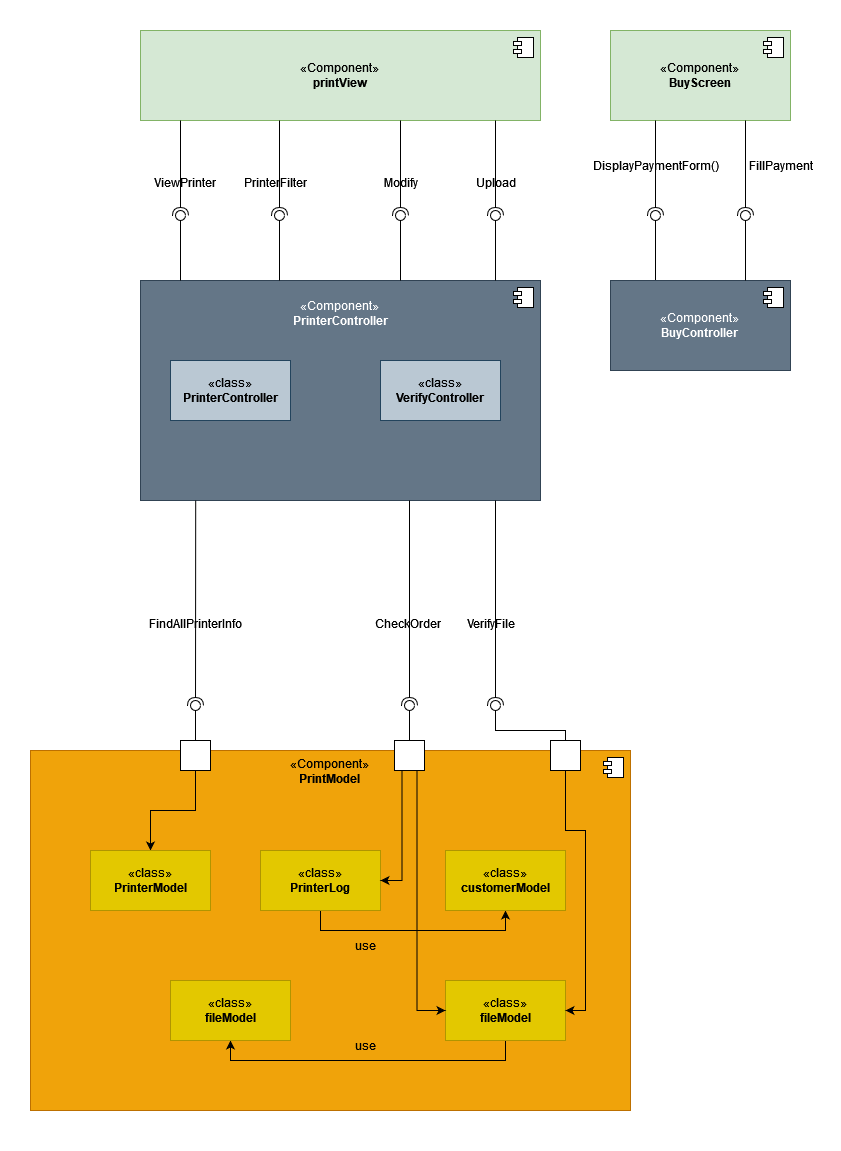
The draw.io diagram Document/2. Task/3. Architecture Design/[module 2] Component.png in Frankie2030/HCMUT-SSPS-241, before a commit. Source tidied: cells renumbered, new cells last; positions are measured from the earlier drawing's top-left corner, leaving out a move shared by most shapes.
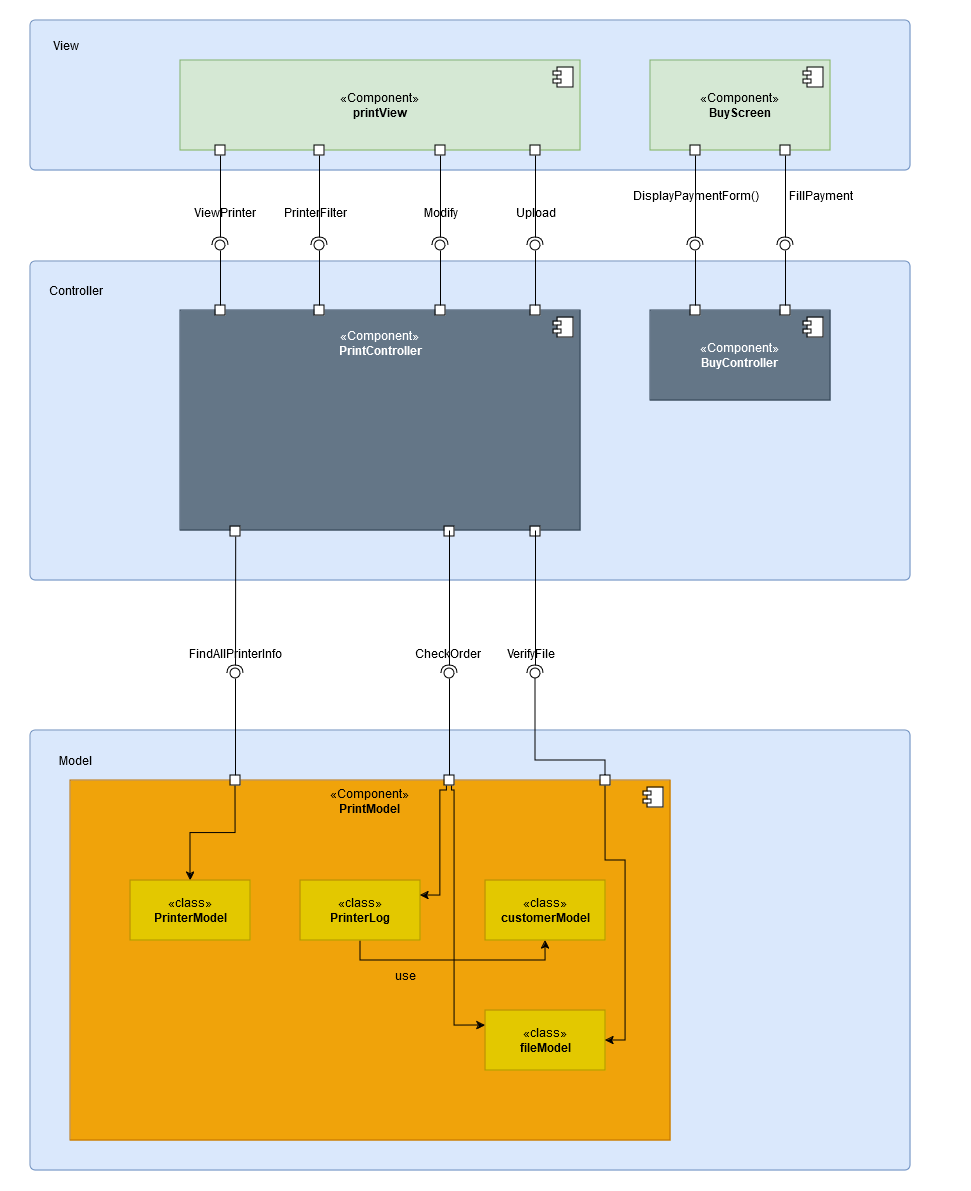
Later version of the same file.

Change to the diagram source:
```diff
@@ -3,8 +3,17 @@
     <mxCell id="0" />
     <mxCell id="1" parent="0" />
     <mxCell id="2" style="rounded=0;whiteSpace=wrap;html=1;strokeColor=#FFFFFF;" parent="1" vertex="1">
-      <mxGeometry width="840" height="1150" as="geometry" />
+      <mxGeometry x="-40" y="-30" width="970" height="1190" as="geometry" />
     </mxCell>
+    <mxCell id="69" style="html=1;align=center;verticalAlign=top;rounded=1;absoluteArcSize=1;arcSize=10;dashed=0;whiteSpace=wrap;fillColor=#dae8fc;strokeColor=#6c8ebf;" parent="1" vertex="1">
+      <mxGeometry x="-10" y="700" width="880" height="440" as="geometry" />
+    </mxCell>
+    <mxCell id="70" style="html=1;align=center;verticalAlign=top;rounded=1;absoluteArcSize=1;arcSize=10;dashed=0;whiteSpace=wrap;fillColor=#dae8fc;strokeColor=#6c8ebf;" parent="1" vertex="1">
+      <mxGeometry x="-10" y="231" width="880" height="319" as="geometry" />
+    </mxCell>
+    <mxCell id="71" style="html=1;align=center;verticalAlign=top;rounded=1;absoluteArcSize=1;arcSize=10;dashed=0;whiteSpace=wrap;fillColor=#dae8fc;strokeColor=#6c8ebf;" parent="1" vertex="1">
+      <mxGeometry x="-10" y="-10" width="880" height="150" as="geometry" />
+    </mxCell>
     <mxCell id="3" style="rounded=0;jettySize=auto;html=1;endArrow=oval;endFill=0;sketch=0;sourcePerimeterSpacing=0;targetPerimeterSpacing=0;endSize=10;exitX=0.25;exitY=0;exitDx=0;exitDy=0;" parent="1" edge="1" source="13" target="4">
       <mxGeometry relative="1" as="geometry" />
     </mxCell>
@@ -19,7 +28,7 @@
         <mxPoint x="-27" y="7" as="offset" />
       </mxGeometry>
     </mxCell>
-    <mxCell id="7" value="&lt;p align=&quot;center&quot; style=&quot;line-height: 120%;&quot;&gt;«Component»&lt;br&gt;&lt;b&gt;PrinterController&lt;/b&gt;&lt;/p&gt;&lt;div align=&quot;center&quot;&gt;&lt;br&gt;&lt;/div&gt;" style="html=1;whiteSpace=wrap;align=center;verticalAlign=top;fillColor=#647687;fontColor=#ffffff;strokeColor=#314354;" parent="1" vertex="1">
+    <mxCell id="7" value="&lt;p align=&quot;center&quot; style=&quot;line-height: 120%;&quot;&gt;«Component»&lt;br&gt;&lt;b&gt;PrintController&lt;/b&gt;&lt;/p&gt;&lt;div align=&quot;center&quot;&gt;&lt;br&gt;&lt;/div&gt;" style="html=1;whiteSpace=wrap;align=center;verticalAlign=top;fillColor=#647687;fontColor=#ffffff;strokeColor=#314354;" parent="1" vertex="1">
       <mxGeometry x="140" y="280" width="400" height="220" as="geometry" />
     </mxCell>
     <mxCell id="8" style="shape=module;jettyWidth=8;jettyHeight=4;" parent="7" vertex="1">
@@ -27,12 +36,6 @@
         <mxPoint x="-27" y="7" as="offset" />
       </mxGeometry>
     </mxCell>
-    <mxCell id="9" value="«class»&lt;br&gt;&lt;b&gt;PrinterController&lt;/b&gt;" style="html=1;whiteSpace=wrap;fillColor=#bac8d3;strokeColor=#23445d;" parent="1" vertex="1">
-      <mxGeometry x="170" y="360" width="120" height="60" as="geometry" />
-    </mxCell>
-    <mxCell id="10" value="«class»&lt;br&gt;&lt;b&gt;VerifyController&lt;/b&gt;" style="html=1;whiteSpace=wrap;fillColor=#bac8d3;strokeColor=#23445d;" parent="1" vertex="1">
-      <mxGeometry x="380" y="360" width="120" height="60" as="geometry" />
-    </mxCell>
     <mxCell id="11" value="«Component»&lt;br&gt;&lt;b&gt;BuyScreen&lt;/b&gt;" style="html=1;whiteSpace=wrap;fillColor=#d5e8d4;strokeColor=#82b366;" parent="1" vertex="1">
       <mxGeometry x="610" y="30" width="180" height="90" as="geometry" />
     </mxCell>
@@ -153,47 +156,26 @@
         <mxPoint x="-27" y="7" as="offset" />
       </mxGeometry>
     </mxCell>
-    <mxCell id="43" style="edgeStyle=orthogonalEdgeStyle;rounded=0;jettySize=auto;html=1;entryX=0.5;entryY=0;entryDx=0;entryDy=0;" parent="1" edge="1" source="44" target="57">
+    <mxCell id="43" style="edgeStyle=orthogonalEdgeStyle;rounded=0;jettySize=auto;html=1;entryX=0.5;entryY=0;entryDx=0;entryDy=0;exitX=0.5;exitY=1;exitDx=0;exitDy=0;" parent="1" edge="1" source="75" target="57">
       <mxGeometry relative="1" as="geometry" />
     </mxCell>
-    <mxCell id="44" style="html=1;rounded=0;" parent="1" vertex="1">
-      <mxGeometry x="180" y="740" width="30" height="30" as="geometry" />
-    </mxCell>
     <mxCell id="45" style="rounded=0;jettySize=auto;html=1;endArrow=halfCircle;endFill=0;endSize=6;strokeWidth=1;sketch=0;exitX=0.138;exitY=1;exitDx=0;exitDy=0;exitPerimeter=0;" parent="1" edge="1" source="7" target="47">
       <mxGeometry relative="1" as="geometry" />
     </mxCell>
-    <mxCell id="46" style="rounded=0;jettySize=auto;html=1;endArrow=oval;endFill=0;sketch=0;sourcePerimeterSpacing=0;targetPerimeterSpacing=0;endSize=10;exitX=0.5;exitY=0;exitDx=0;exitDy=0;" parent="1" edge="1" source="44" target="47">
+    <mxCell id="46" style="rounded=0;jettySize=auto;html=1;endArrow=oval;endFill=0;sketch=0;sourcePerimeterSpacing=0;targetPerimeterSpacing=0;endSize=10;exitX=0.5;exitY=0;exitDx=0;exitDy=0;" parent="1" edge="1" source="75" target="47">
       <mxGeometry relative="1" as="geometry" />
     </mxCell>
     <mxCell id="47" style="ellipse;whiteSpace=wrap;html=1;align=center;fillColor=none;strokeColor=none;perimeter=centerPerimeter;points=[];outlineConnect=1;" parent="1" vertex="1">
-      <mxGeometry x="190" y="700" width="10" height="10" as="geometry" />
+      <mxGeometry x="190" y="638" width="10" height="10" as="geometry" />
     </mxCell>
-    <mxCell id="48" style="html=1;rounded=0;" parent="1" vertex="1">
-      <mxGeometry x="394" y="740" width="30" height="30" as="geometry" />
-    </mxCell>
-    <mxCell id="49" style="rounded=0;orthogonalLoop=1;jettySize=auto;html=1;endArrow=halfCircle;endFill=0;endSize=6;strokeWidth=1;sketch=0;exitX=0.138;exitY=1;exitDx=0;exitDy=0;exitPerimeter=0;" parent="1" edge="1">
-      <mxGeometry relative="1" as="geometry">
-        <mxPoint x="409" y="500" as="sourcePoint" />
-        <mxPoint x="409" y="705" as="targetPoint" />
-      </mxGeometry>
-    </mxCell>
-    <mxCell id="50" style="rounded=0;jettySize=auto;html=1;endArrow=oval;endFill=0;sketch=0;sourcePerimeterSpacing=0;targetPerimeterSpacing=0;endSize=10;exitX=0.5;exitY=0;exitDx=0;exitDy=0;" parent="1" edge="1" source="48">
+    <mxCell id="50" style="rounded=0;jettySize=auto;html=1;endArrow=oval;endFill=0;sketch=0;sourcePerimeterSpacing=0;targetPerimeterSpacing=0;endSize=10;exitX=0.5;exitY=0;exitDx=0;exitDy=0;entryX=0.638;entryY=0.392;entryDx=0;entryDy=0;entryPerimeter=0;" parent="1" edge="1" target="96">
       <mxGeometry relative="1" as="geometry">
-        <mxPoint x="409" y="705" as="targetPoint" />
+        <mxPoint x="409" y="745" as="sourcePoint" />
       </mxGeometry>
     </mxCell>
-    <mxCell id="51" style="html=1;rounded=0;" parent="1" vertex="1">
-      <mxGeometry x="550" y="740" width="30" height="30" as="geometry" />
-    </mxCell>
-    <mxCell id="52" style="rounded=0;orthogonalLoop=1;jettySize=auto;html=1;endArrow=halfCircle;endFill=0;endSize=6;strokeWidth=1;sketch=0;exitX=0.138;exitY=1;exitDx=0;exitDy=0;exitPerimeter=0;" parent="1" edge="1">
-      <mxGeometry relative="1" as="geometry">
-        <mxPoint x="495" y="500" as="sourcePoint" />
-        <mxPoint x="495" y="705" as="targetPoint" />
-      </mxGeometry>
-    </mxCell>
-    <mxCell id="53" style="rounded=0;jettySize=auto;html=1;endArrow=oval;endFill=0;sketch=0;sourcePerimeterSpacing=0;targetPerimeterSpacing=0;endSize=10;exitX=0.5;exitY=0;exitDx=0;exitDy=0;" parent="1" edge="1" source="51">
+    <mxCell id="53" style="rounded=0;jettySize=auto;html=1;endArrow=oval;endFill=0;sketch=0;sourcePerimeterSpacing=0;targetPerimeterSpacing=0;endSize=10;exitX=0.5;exitY=0;exitDx=0;exitDy=0;entryX=0.449;entryY=0.751;entryDx=0;entryDy=0;entryPerimeter=0;" parent="1" edge="1" target="98">
       <mxGeometry relative="1" as="geometry">
-        <mxPoint x="495" y="705" as="targetPoint" />
+        <mxPoint x="565" y="745" as="sourcePoint" />
         <Array as="points">
           <mxPoint x="565" y="730" />
           <mxPoint x="495" y="730" />
@@ -223,27 +205,13 @@
     <mxCell id="59" value="«class»&lt;br&gt;&lt;b&gt;PrinterLog&lt;/b&gt;" style="html=1;whiteSpace=wrap;fillColor=#e3c800;fontColor=#000000;strokeColor=#B09500;" parent="1" vertex="1">
       <mxGeometry x="260" y="850" width="120" height="60" as="geometry" />
     </mxCell>
-    <mxCell id="60" style="edgeStyle=orthogonalEdgeStyle;rounded=0;jettySize=auto;html=1;entryX=1;entryY=0.5;entryDx=0;entryDy=0;exitX=0.25;exitY=1;exitDx=0;exitDy=0;" parent="1" edge="1" source="48" target="59">
-      <mxGeometry relative="1" as="geometry" />
-    </mxCell>
     <mxCell id="61" value="«class»&lt;br&gt;&lt;b&gt;customerModel&lt;/b&gt;" style="html=1;whiteSpace=wrap;fillColor=#e3c800;fontColor=#000000;strokeColor=#B09500;" parent="1" vertex="1">
       <mxGeometry x="445" y="850" width="120" height="60" as="geometry" />
     </mxCell>
-    <mxCell id="62" style="edgeStyle=orthogonalEdgeStyle;rounded=0;jettySize=auto;html=1;entryX=0.5;entryY=1;entryDx=0;entryDy=0;" parent="1" edge="1" source="63" target="66">
-      <mxGeometry relative="1" as="geometry">
-        <Array as="points">
-          <mxPoint x="505" y="1060" />
-          <mxPoint x="230" y="1060" />
-        </Array>
-      </mxGeometry>
-    </mxCell>
     <mxCell id="63" value="«class»&lt;br&gt;&lt;b&gt;fileModel&lt;/b&gt;" style="html=1;whiteSpace=wrap;fillColor=#e3c800;fontColor=#000000;strokeColor=#B09500;" parent="1" vertex="1">
       <mxGeometry x="445" y="980" width="120" height="60" as="geometry" />
     </mxCell>
-    <mxCell id="64" style="edgeStyle=orthogonalEdgeStyle;rounded=0;jettySize=auto;html=1;entryX=0;entryY=0.5;entryDx=0;entryDy=0;exitX=0.75;exitY=1;exitDx=0;exitDy=0;" parent="1" edge="1" source="48" target="63">
-      <mxGeometry relative="1" as="geometry" />
-    </mxCell>
-    <mxCell id="65" style="edgeStyle=orthogonalEdgeStyle;rounded=0;jettySize=auto;html=1;entryX=1;entryY=0.5;entryDx=0;entryDy=0;exitX=0.5;exitY=1;exitDx=0;exitDy=0;" parent="1" edge="1" source="51" target="63">
+    <mxCell id="65" style="edgeStyle=orthogonalEdgeStyle;rounded=0;jettySize=auto;html=1;entryX=1;entryY=0.5;entryDx=0;entryDy=0;exitX=0.5;exitY=1;exitDx=0;exitDy=0;" parent="1" edge="1" source="74" target="63">
       <mxGeometry relative="1" as="geometry">
         <Array as="points">
           <mxPoint x="565" y="830" />
@@ -252,14 +220,105 @@
         </Array>
       </mxGeometry>
     </mxCell>
-    <mxCell id="66" value="«class»&lt;br&gt;&lt;b&gt;fileModel&lt;/b&gt;" style="html=1;whiteSpace=wrap;fillColor=#e3c800;fontColor=#000000;strokeColor=#B09500;" parent="1" vertex="1">
-      <mxGeometry x="170" y="980" width="120" height="60" as="geometry" />
-    </mxCell>
     <mxCell id="67" value="use" style="text;html=1;align=center;verticalAlign=middle;strokeColor=none;fillColor=none;" parent="1" vertex="1">
       <mxGeometry x="345" y="930" width="40" height="30" as="geometry" />
     </mxCell>
-    <mxCell id="68" value="use" style="text;html=1;align=center;verticalAlign=middle;strokeColor=none;fillColor=none;" parent="1" vertex="1">
-      <mxGeometry x="345" y="1030" width="40" height="30" as="geometry" />
-    </mxCell>
+    <mxCell id="72" style="edgeStyle=orthogonalEdgeStyle;rounded=0;jettySize=auto;html=1;entryX=0;entryY=0.25;entryDx=0;entryDy=0;exitX=0.75;exitY=1;exitDx=0;exitDy=0;" parent="1" edge="1" source="76" target="63">
+      <mxGeometry relative="1" as="geometry">
+        <Array as="points">
+          <mxPoint x="411" y="760" />
+          <mxPoint x="414" y="760" />
+          <mxPoint x="414" y="995" />
+        </Array>
+      </mxGeometry>
+    </mxCell>
+    <mxCell id="73" style="edgeStyle=orthogonalEdgeStyle;rounded=0;jettySize=auto;html=1;entryX=1;entryY=0.25;entryDx=0;entryDy=0;exitX=0.25;exitY=1;exitDx=0;exitDy=0;" parent="1" edge="1" source="76" target="59">
+      <mxGeometry relative="1" as="geometry">
+        <Array as="points">
+          <mxPoint x="407" y="760" />
+          <mxPoint x="400" y="760" />
+          <mxPoint x="400" y="865" />
+        </Array>
+      </mxGeometry>
+    </mxCell>
+    <mxCell id="74" style="html=1;rounded=0;" parent="1" vertex="1">
+      <mxGeometry x="560" y="745" width="10" height="10" as="geometry" />
+    </mxCell>
+    <mxCell id="75" style="html=1;rounded=0;" parent="1" vertex="1">
+      <mxGeometry x="190" y="745" width="10" height="10" as="geometry" />
+    </mxCell>
+    <mxCell id="76" style="html=1;rounded=0;" parent="1" vertex="1">
+      <mxGeometry x="404" y="745" width="10" height="10" as="geometry" />
+    </mxCell>
+    <mxCell id="77" style="fontStyle=0;labelPosition=right;verticalLabelPosition=middle;align=left;verticalAlign=middle;spacingLeft=2;" parent="1" vertex="1">
+      <mxGeometry x="490" y="496" width="10" height="10" as="geometry" />
+    </mxCell>
+    <mxCell id="78" style="fontStyle=0;labelPosition=right;verticalLabelPosition=middle;align=left;verticalAlign=middle;spacingLeft=2;" parent="1" vertex="1">
+      <mxGeometry x="404" y="496" width="10" height="10" as="geometry" />
+    </mxCell>
+    <mxCell id="79" style="fontStyle=0;labelPosition=right;verticalLabelPosition=middle;align=left;verticalAlign=middle;spacingLeft=2;" parent="1" vertex="1">
+      <mxGeometry x="190" y="496" width="10" height="10" as="geometry" />
+    </mxCell>
+    <mxCell id="80" style="fontStyle=0;labelPosition=right;verticalLabelPosition=middle;align=left;verticalAlign=middle;spacingLeft=2;" parent="1" vertex="1">
+      <mxGeometry x="175" y="275" width="10" height="10" as="geometry" />
+    </mxCell>
+    <mxCell id="81" style="fontStyle=0;labelPosition=right;verticalLabelPosition=middle;align=left;verticalAlign=middle;spacingLeft=2;" parent="1" vertex="1">
+      <mxGeometry x="274" y="275" width="10" height="10" as="geometry" />
+    </mxCell>
+    <mxCell id="82" style="fontStyle=0;labelPosition=right;verticalLabelPosition=middle;align=left;verticalAlign=middle;spacingLeft=2;" parent="1" vertex="1">
+      <mxGeometry x="395" y="275" width="10" height="10" as="geometry" />
+    </mxCell>
+    <mxCell id="83" style="fontStyle=0;labelPosition=right;verticalLabelPosition=middle;align=left;verticalAlign=middle;spacingLeft=2;" parent="1" vertex="1">
+      <mxGeometry x="490" y="275" width="10" height="10" as="geometry" />
+    </mxCell>
+    <mxCell id="84" style="fontStyle=0;labelPosition=right;verticalLabelPosition=middle;align=left;verticalAlign=middle;spacingLeft=2;" parent="1" vertex="1">
+      <mxGeometry x="650" y="275" width="10" height="10" as="geometry" />
+    </mxCell>
+    <mxCell id="85" style="fontStyle=0;labelPosition=right;verticalLabelPosition=middle;align=left;verticalAlign=middle;spacingLeft=2;" parent="1" vertex="1">
+      <mxGeometry x="740" y="275" width="10" height="10" as="geometry" />
+    </mxCell>
+    <mxCell id="86" style="fontStyle=0;labelPosition=right;verticalLabelPosition=middle;align=left;verticalAlign=middle;spacingLeft=2;" parent="1" vertex="1">
+      <mxGeometry x="740" y="115" width="10" height="10" as="geometry" />
+    </mxCell>
+    <mxCell id="87" style="fontStyle=0;labelPosition=right;verticalLabelPosition=middle;align=left;verticalAlign=middle;spacingLeft=2;" parent="1" vertex="1">
+      <mxGeometry x="650" y="115" width="10" height="10" as="geometry" />
+    </mxCell>
+    <mxCell id="88" style="fontStyle=0;labelPosition=right;verticalLabelPosition=middle;align=left;verticalAlign=middle;spacingLeft=2;" parent="1" vertex="1">
+      <mxGeometry x="490" y="115" width="10" height="10" as="geometry" />
+    </mxCell>
+    <mxCell id="89" style="fontStyle=0;labelPosition=right;verticalLabelPosition=middle;align=left;verticalAlign=middle;spacingLeft=2;" parent="1" vertex="1">
+      <mxGeometry x="395" y="115" width="10" height="10" as="geometry" />
+    </mxCell>
+    <mxCell id="90" style="fontStyle=0;labelPosition=right;verticalLabelPosition=middle;align=left;verticalAlign=middle;spacingLeft=2;" parent="1" vertex="1">
+      <mxGeometry x="274" y="115" width="10" height="10" as="geometry" />
+    </mxCell>
+    <mxCell id="91" style="fontStyle=0;labelPosition=right;verticalLabelPosition=middle;align=left;verticalAlign=middle;spacingLeft=2;" parent="1" vertex="1">
+      <mxGeometry x="175" y="115" width="10" height="10" as="geometry" />
+    </mxCell>
+    <mxCell id="92" value="View" style="text;html=1;align=center;verticalAlign=middle;strokeColor=none;fillColor=none;" parent="1" vertex="1">
+      <mxGeometry width="50" height="30" as="geometry" />
+    </mxCell>
+    <mxCell id="93" value="Controller" style="text;html=1;align=center;verticalAlign=middle;strokeColor=none;fillColor=none;" parent="1" vertex="1">
+      <mxGeometry y="245" width="70" height="30" as="geometry" />
+    </mxCell>
+    <mxCell id="94" value="Model" style="text;html=1;align=center;verticalAlign=middle;strokeColor=none;fillColor=none;" parent="1" vertex="1">
+      <mxGeometry x="10" y="715" width="50" height="30" as="geometry" />
+    </mxCell>
+    <mxCell id="95" style="rounded=0;jettySize=auto;html=1;endArrow=halfCircle;endFill=0;endSize=6;strokeWidth=1;sketch=0;exitX=0.138;exitY=1;exitDx=0;exitDy=0;exitPerimeter=0;" parent="1" edge="1" target="96">
+      <mxGeometry relative="1" as="geometry">
+        <mxPoint x="409" y="500" as="sourcePoint" />
+      </mxGeometry>
+    </mxCell>
+    <mxCell id="96" style="ellipse;whiteSpace=wrap;html=1;align=center;fillColor=none;strokeColor=none;perimeter=centerPerimeter;points=[];outlineConnect=1;" parent="1" vertex="1">
+      <mxGeometry x="404" y="638" width="10" height="10" as="geometry" />
+    </mxCell>
+    <mxCell id="97" style="rounded=0;jettySize=auto;html=1;endArrow=halfCircle;endFill=0;endSize=6;strokeWidth=1;sketch=0;exitX=0.138;exitY=1;exitDx=0;exitDy=0;exitPerimeter=0;" parent="1" edge="1" target="98">
+      <mxGeometry relative="1" as="geometry">
+        <mxPoint x="495" y="500" as="sourcePoint" />
+      </mxGeometry>
+    </mxCell>
+    <mxCell id="98" style="ellipse;whiteSpace=wrap;html=1;align=center;fillColor=none;strokeColor=none;perimeter=centerPerimeter;points=[];outlineConnect=1;" parent="1" vertex="1">
+      <mxGeometry x="490" y="638" width="10" height="10" as="geometry" />
+    </mxCell>
   </root>
 </mxGraphModel>
```
